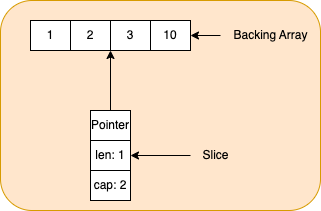
Before: slices/images/slice-definition.png, a diagram exported from draw.io (songx23/golang-present). Source tidied: cells renumbered, new cells last; positions are measured from the earlier drawing's top-left corner, leaving out a move shared by most shapes. Its diagram source:
```xml
<mxGraphModel>
  <root>
    <mxCell id="0" />
    <mxCell id="1" parent="0" />
    <mxCell id="2" style="rounded=1;whiteSpace=wrap;html=1;fillColor=#ffe6cc;strokeColor=#d79b00;" parent="1" vertex="1">
      <mxGeometry width="320" height="210" as="geometry" />
    </mxCell>
    <mxCell id="3" value="1" style="rounded=0;whiteSpace=wrap;html=1;" parent="1" vertex="1">
      <mxGeometry x="30" y="20" width="40" height="30" as="geometry" />
    </mxCell>
    <mxCell id="4" value="2" style="rounded=0;whiteSpace=wrap;html=1;" parent="1" vertex="1">
      <mxGeometry x="70" y="20" width="40" height="30" as="geometry" />
    </mxCell>
    <mxCell id="5" value="3" style="rounded=0;whiteSpace=wrap;html=1;" parent="1" vertex="1">
      <mxGeometry x="110" y="20" width="40" height="30" as="geometry" />
    </mxCell>
    <mxCell id="6" value="10" style="rounded=0;whiteSpace=wrap;html=1;" parent="1" vertex="1">
      <mxGeometry x="150" y="20" width="40" height="30" as="geometry" />
    </mxCell>
    <mxCell id="7" style="edgeStyle=orthogonalEdgeStyle;rounded=0;jettySize=auto;html=1;entryX=1;entryY=0.5;entryDx=0;entryDy=0;" parent="1" edge="1" source="8" target="6">
      <mxGeometry relative="1" as="geometry" />
    </mxCell>
    <mxCell id="8" value="Backing Array" style="text;html=1;align=center;verticalAlign=middle;points=[];strokeColor=none;fillColor=none;" parent="1" vertex="1">
      <mxGeometry x="220" y="20" width="100" height="30" as="geometry" />
    </mxCell>
    <mxCell id="9" style="edgeStyle=orthogonalEdgeStyle;rounded=0;jettySize=auto;html=1;entryX=1;entryY=1;entryDx=0;entryDy=0;" parent="1" edge="1" source="10" target="4">
      <mxGeometry relative="1" as="geometry" />
    </mxCell>
    <mxCell id="10" value="Pointer" style="rounded=0;whiteSpace=wrap;html=1;" parent="1" vertex="1">
      <mxGeometry x="90" y="110" width="40" height="30" as="geometry" />
    </mxCell>
    <mxCell id="11" value="len: 1" style="rounded=0;whiteSpace=wrap;html=1;" parent="1" vertex="1">
      <mxGeometry x="90" y="140" width="40" height="30" as="geometry" />
    </mxCell>
    <mxCell id="12" value="cap: 2" style="rounded=0;whiteSpace=wrap;html=1;" parent="1" vertex="1">
      <mxGeometry x="90" y="170" width="40" height="30" as="geometry" />
    </mxCell>
    <mxCell id="13" style="edgeStyle=orthogonalEdgeStyle;rounded=0;jettySize=auto;html=1;" parent="1" edge="1" source="14" target="11">
      <mxGeometry relative="1" as="geometry" />
    </mxCell>
    <mxCell id="14" value="Slice" style="text;html=1;align=center;verticalAlign=middle;points=[];strokeColor=none;fillColor=none;" parent="1" vertex="1">
      <mxGeometry x="190" y="140" width="50" height="30" as="geometry" />
    </mxCell>
  </root>
</mxGraphModel>
```
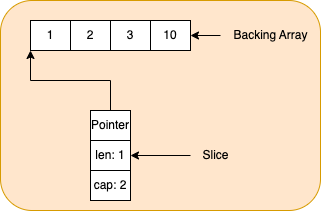
The same diagram one commit later.

Diff of the diagram source:
```diff
@@ -23,9 +23,9 @@
     <mxCell id="8" value="Backing Array" style="text;html=1;align=center;verticalAlign=middle;points=[];strokeColor=none;fillColor=none;" parent="1" vertex="1">
       <mxGeometry x="220" y="20" width="100" height="30" as="geometry" />
     </mxCell>
-    <mxCell id="9" style="edgeStyle=orthogonalEdgeStyle;rounded=0;jettySize=auto;html=1;entryX=1;entryY=1;entryDx=0;entryDy=0;" parent="1" edge="1" source="10" target="4">
-      <mxGeometry relative="1" as="geometry" />
-    </mxCell>
+    <mxCell id="15" style="edgeStyle=orthogonalEdgeStyle;rounded=0;jettySize=auto;html=1;exitX=0.5;exitY=0;exitDx=0;exitDy=0;entryX=0;entryY=1;entryDx=0;entryDy=0;" parent="1" edge="1" source="10" target="3">
+      <mxGeometry relative="1" as="geometry" />
+    </mxCell>
     <mxCell id="10" value="Pointer" style="rounded=0;whiteSpace=wrap;html=1;" parent="1" vertex="1">
       <mxGeometry x="90" y="110" width="40" height="30" as="geometry" />
     </mxCell>
```
